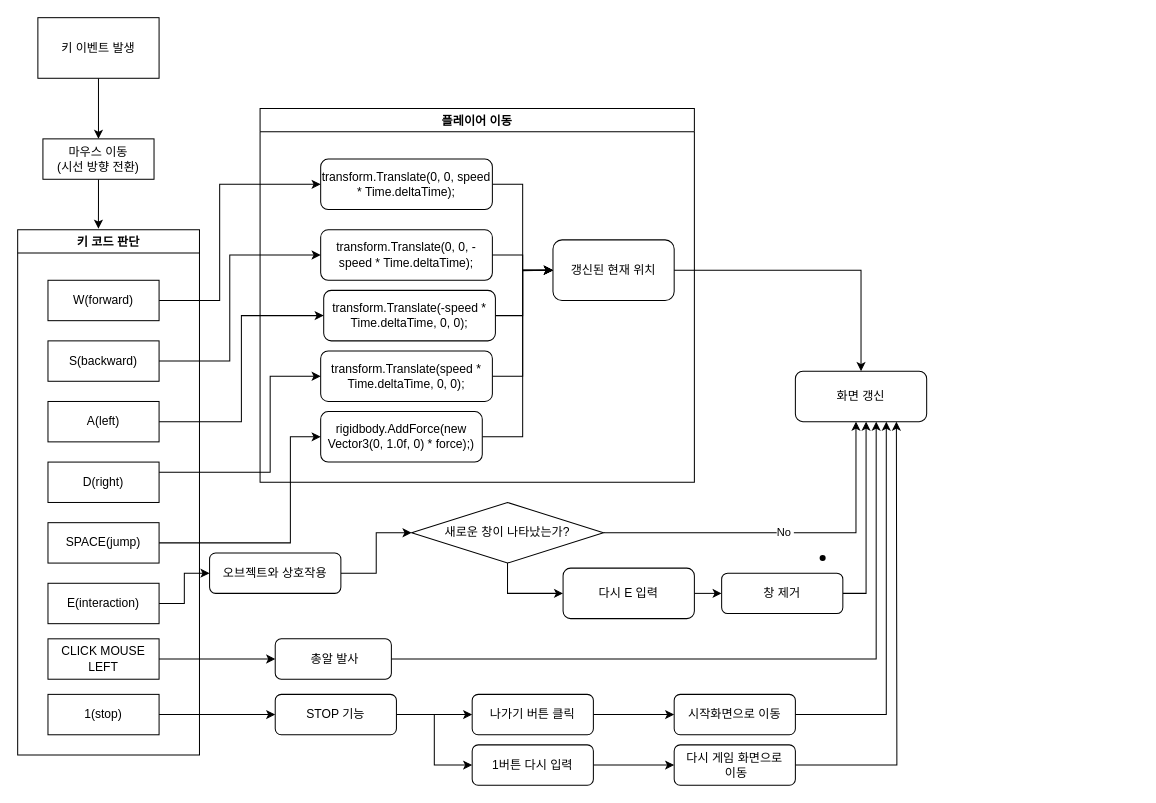
The draw.io diagram img/Untitled Diagram.drawio in jeongwoo1788029/jeongwoo1788029.github.io, before the edit. Source tidied: cells renumbered, new cells numbered last; positions are measured from the earlier drawing's top-left corner, leaving out a move shared by most shapes. Both pictures are drawn from the tidied source at 101%, with x=0, y=0 at pixel (17, 17).
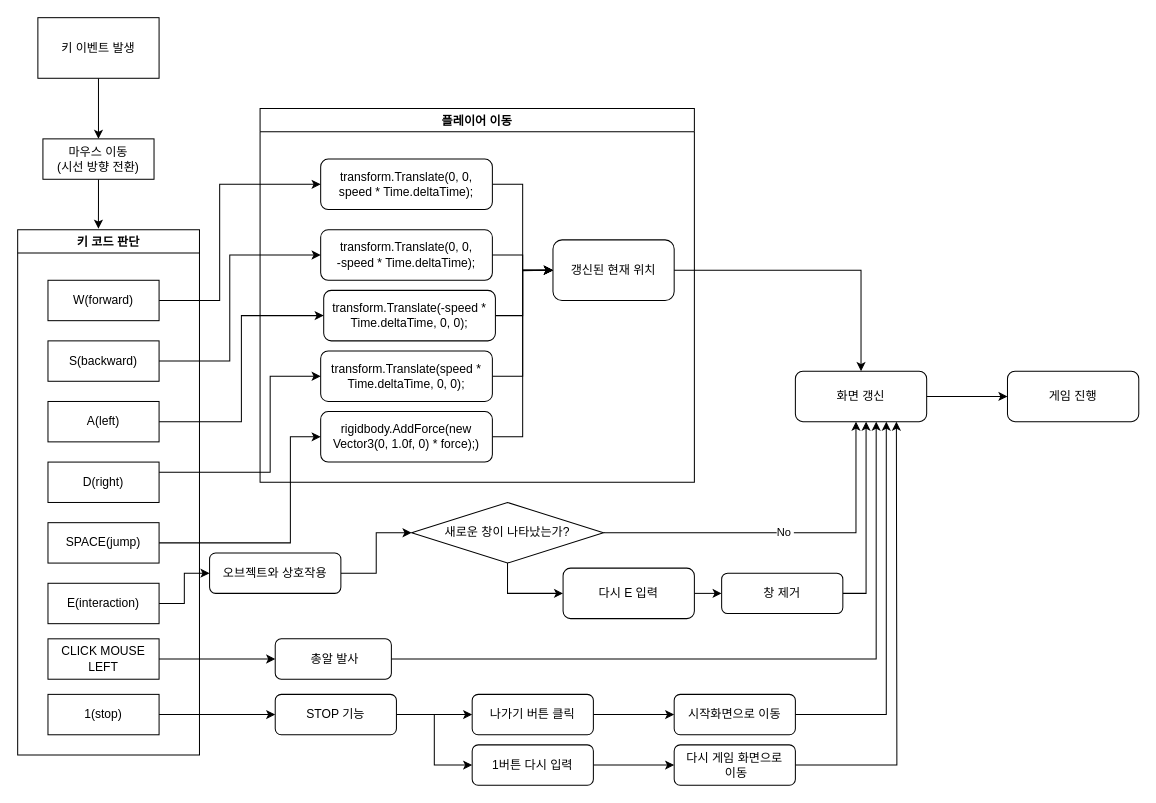
After the change.

Unchanged cells that the change refers to:
```xml
<mxCell id="16" value="플레이어 이동" style="swimlane;" parent="1" vertex="1">
  <mxGeometry x="240" y="90" width="430" height="370" as="geometry" />
</mxCell>
<mxCell id="38" value="화면 갱신" style="rounded=1;whiteSpace=wrap;html=1;fontFamily=Helvetica;fontSize=12;fontColor=#000000;align=center;strokeColor=#000000;fillColor=#ffffff;" parent="1" vertex="1">
  <mxGeometry x="770" y="350" width="130" height="50" as="geometry" />
</mxCell>
```

The edit, as a diff of the source:
```diff
@@
-    <mxCell id="18" value="transform.Translate(0, 0, speed * Time.deltaTime);" style="rounded=1;whiteSpace=wrap;html=1;" parent="16" vertex="1">
+    <mxCell id="18" value="transform.Translate(0, 0, &lt;br&gt;speed * Time.deltaTime);" style="rounded=1;whiteSpace=wrap;html=1;" parent="16" vertex="1">
       <mxGeometry x="60" y="50" width="170" height="50" as="geometry" />
     </mxCell>
@@
-    <mxCell id="23" value="transform.Translate(0, 0, -speed * Time.deltaTime);" style="rounded=1;whiteSpace=wrap;html=1;" parent="16" vertex="1">
+    <mxCell id="23" value="transform.Translate(0, 0, &lt;br&gt;-speed * Time.deltaTime);" style="rounded=1;whiteSpace=wrap;html=1;" parent="16" vertex="1">
       <mxGeometry x="60" y="120" width="170" height="50" as="geometry" />
     </mxCell>
@@
     <mxCell id="26" value="&lt;span style=&quot;&quot;&gt;rigidbody.AddForce(new Vector3(0, 1.0f, 0) * force);&lt;/span&gt;)" style="rounded=1;whiteSpace=wrap;html=1;fontColor=#000000;" parent="16" vertex="1">
-      <mxGeometry x="60" y="300" width="160" height="50" as="geometry" />
+      <mxGeometry x="60" y="300" width="170" height="50" as="geometry" />
     </mxCell>
@@
+    <mxCell id="61" style="edgeStyle=orthogonalEdgeStyle;rounded=0;jettySize=auto;html=1;fontColor=#000000;" parent="1" edge="1" source="38" target="62">
+      <mxGeometry relative="1" as="geometry" />
+    </mxCell>
@@
-    <mxCell id="41" style="shape=waypoint;size=6;fillColor=#ffffff;perimeter=centerPerimeter;rounded=1;" parent="1" vertex="1">
-      <mxGeometry x="777" y="515" width="40" height="40" as="geometry" />
-    </mxCell>
@@
+    <mxCell id="62" value="게임 진행" style="rounded=1;whiteSpace=wrap;html=1;fontFamily=Helvetica;fontSize=12;fontColor=#000000;align=center;strokeColor=#000000;fillColor=#ffffff;" parent="1" vertex="1">
+      <mxGeometry x="980" y="350" width="130" height="50" as="geometry" />
+    </mxCell>
```
